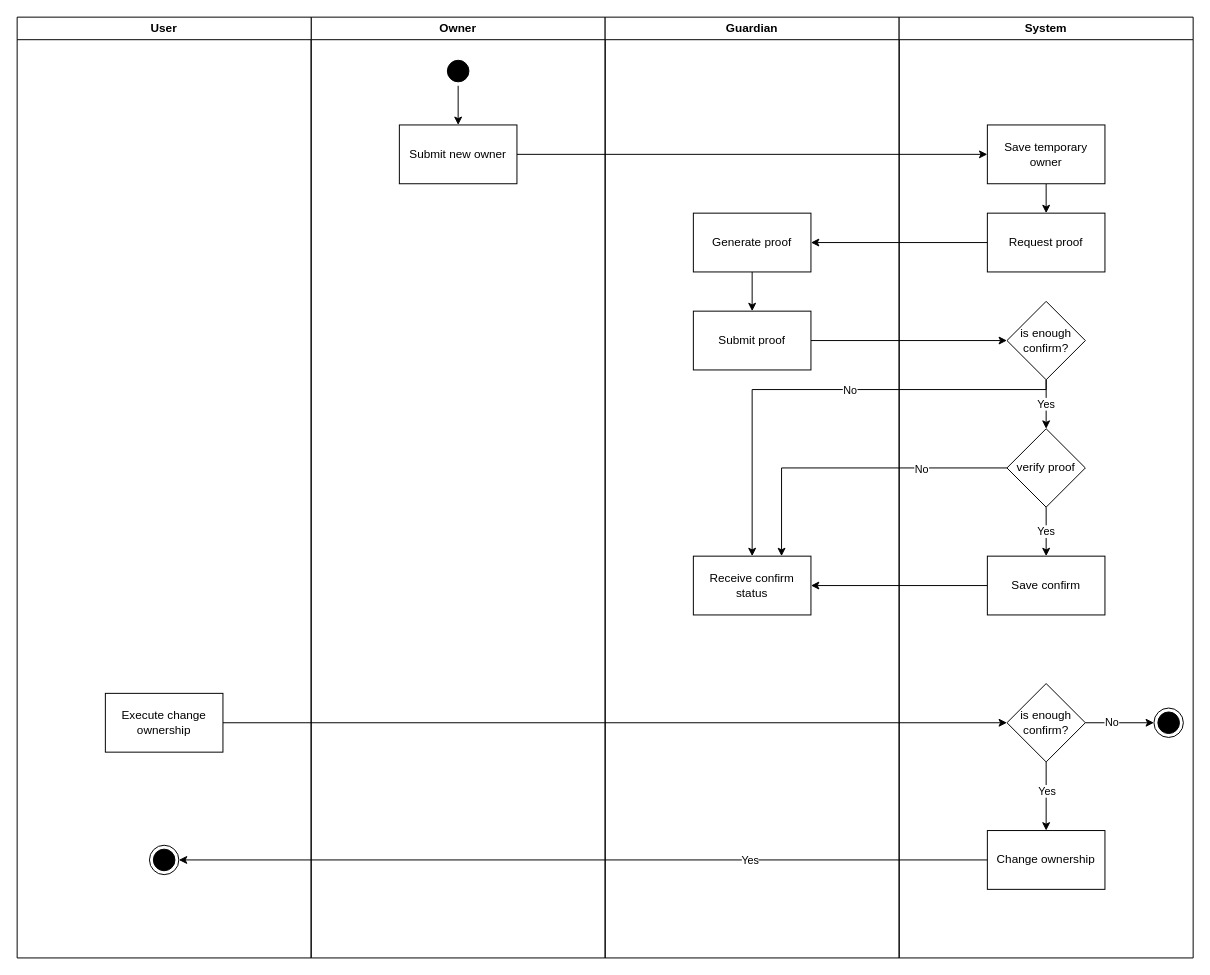
Above: page "general-recovery" (13 of 25) of documents/master.drawio in phamhongphuc1999/account-abstraction-app (draw.io), before the change. Source tidied: cells renumbered, new cells numbered last; positions are measured from the earlier drawing's top-left corner, leaving out a move shared by most shapes. Both pictures are drawn from the tidied source at 98%, with x=0, y=0 at pixel (17, 17).
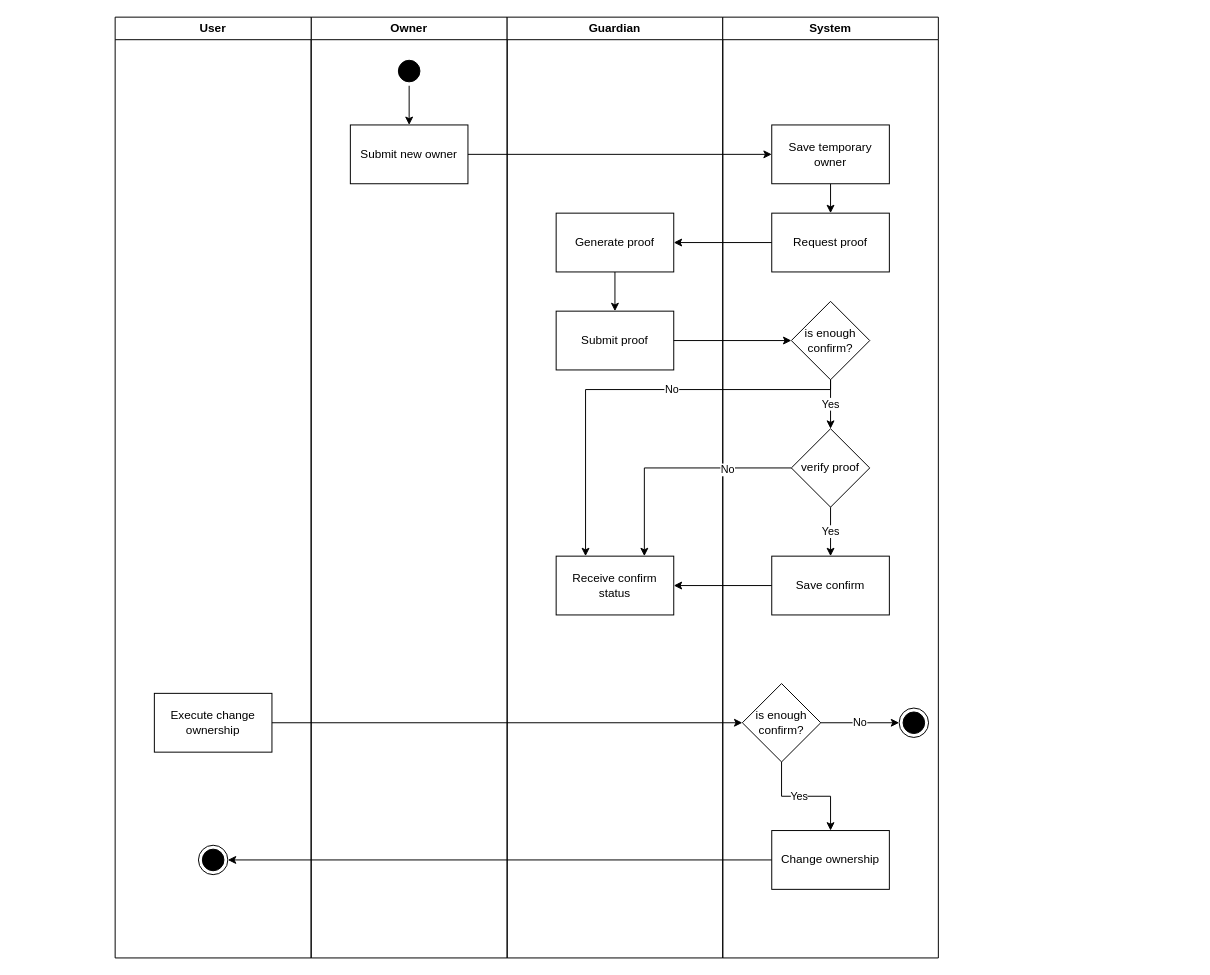
The same diagram, later.

The change refers to these unchanged cells:
```xml
<mxCell id="39" style="edgeStyle=orthogonalEdgeStyle;rounded=0;jettySize=auto;html=1;entryX=1;entryY=0.5;entryDx=0;entryDy=0;" parent="1" edge="1" source="25" target="37">
  <mxGeometry relative="1" as="geometry" />
</mxCell>
```

What changed in the source:
```diff
@@
     <mxCell id="2" value="Owner" style="swimlane;whiteSpace=wrap;html=1;" parent="1" vertex="1">
-      <mxGeometry x="300" width="300" height="960" as="geometry" />
+      <mxGeometry x="300" width="200" height="960" as="geometry" />
     </mxCell>
@@
     <mxCell id="4" style="ellipse;html=1;shape=startState;fillColor=#000000;strokeColor=#000000;" parent="2" vertex="1">
-      <mxGeometry x="135" y="40" width="30" height="30" as="geometry" />
+      <mxGeometry x="85" y="40" width="30" height="30" as="geometry" />
     </mxCell>
     <mxCell id="5" value="Submit new owner" style="rounded=0;whiteSpace=wrap;html=1;" parent="2" vertex="1">
-      <mxGeometry x="90" y="110" width="120" height="60" as="geometry" />
+      <mxGeometry x="40" y="110" width="120" height="60" as="geometry" />
     </mxCell>
     <mxCell id="6" value="Guardian" style="swimlane;whiteSpace=wrap;html=1;" parent="1" vertex="1">
-      <mxGeometry x="600" width="300" height="960" as="geometry" />
+      <mxGeometry x="500" width="220" height="960" as="geometry" />
     </mxCell>
@@
     <mxCell id="8" value="Generate proof" style="rounded=0;whiteSpace=wrap;html=1;" parent="6" vertex="1">
-      <mxGeometry x="90" y="200" width="120" height="60" as="geometry" />
+      <mxGeometry x="50" y="200" width="120" height="60" as="geometry" />
     </mxCell>
     <mxCell id="9" value="Submit proof" style="rounded=0;whiteSpace=wrap;html=1;" parent="6" vertex="1">
-      <mxGeometry x="90" y="300" width="120" height="60" as="geometry" />
+      <mxGeometry x="50" y="300" width="120" height="60" as="geometry" />
     </mxCell>
     <mxCell id="10" value="Receive confirm status" style="rounded=0;whiteSpace=wrap;html=1;" parent="6" vertex="1">
-      <mxGeometry x="90" y="550" width="120" height="60" as="geometry" />
+      <mxGeometry x="50" y="550" width="120" height="60" as="geometry" />
     </mxCell>
     <mxCell id="11" value="System" style="swimlane;whiteSpace=wrap;html=1;" parent="1" vertex="1">
-      <mxGeometry x="900" width="300" height="960" as="geometry" />
+      <mxGeometry x="720" width="220" height="960" as="geometry" />
     </mxCell>
@@
     <mxCell id="13" value="Save temporary owner" style="rounded=0;whiteSpace=wrap;html=1;" parent="11" vertex="1">
-      <mxGeometry x="90" y="110" width="120" height="60" as="geometry" />
+      <mxGeometry x="50" y="110" width="120" height="60" as="geometry" />
     </mxCell>
     <mxCell id="14" value="Request proof" style="rounded=0;whiteSpace=wrap;html=1;" parent="11" vertex="1">
-      <mxGeometry x="90" y="200" width="120" height="60" as="geometry" />
+      <mxGeometry x="50" y="200" width="120" height="60" as="geometry" />
     </mxCell>
@@
     <mxCell id="16" value="is enough confirm?" style="rhombus;whiteSpace=wrap;html=1;" parent="11" vertex="1">
-      <mxGeometry x="110" y="290" width="80" height="80" as="geometry" />
+      <mxGeometry x="70" y="290" width="80" height="80" as="geometry" />
     </mxCell>
@@
     <mxCell id="18" value="verify proof" style="rhombus;whiteSpace=wrap;html=1;" parent="11" vertex="1">
-      <mxGeometry x="110" y="420" width="80" height="80" as="geometry" />
+      <mxGeometry x="70" y="420" width="80" height="80" as="geometry" />
     </mxCell>
     <mxCell id="19" value="Save confirm" style="rounded=0;whiteSpace=wrap;html=1;" parent="11" vertex="1">
-      <mxGeometry x="90" y="550" width="120" height="60" as="geometry" />
+      <mxGeometry x="50" y="550" width="120" height="60" as="geometry" />
     </mxCell>
@@
-    <mxCell id="22" style="edgeStyle=orthogonalEdgeStyle;rounded=0;jettySize=auto;html=1;" parent="11" edge="1" source="24" target="26">
-      <mxGeometry relative="1" as="geometry" />
-    </mxCell>
-    <mxCell id="23" value="No" style="edgeLabel;html=1;align=center;verticalAlign=middle;" parent="22" vertex="1">
-      <mxGeometry x="-0.26" y="1" relative="1" as="geometry" />
-    </mxCell>
     <mxCell id="24" value="is enough confirm?" style="rhombus;whiteSpace=wrap;html=1;" parent="11" vertex="1">
-      <mxGeometry x="110" y="680" width="80" height="80" as="geometry" />
+      <mxGeometry x="20" y="680" width="80" height="80" as="geometry" />
     </mxCell>
     <mxCell id="25" value="Change ownership" style="rounded=0;whiteSpace=wrap;html=1;" parent="11" vertex="1">
-      <mxGeometry x="90" y="830" width="120" height="60" as="geometry" />
+      <mxGeometry x="50" y="830" width="120" height="60" as="geometry" />
     </mxCell>
     <mxCell id="26" style="ellipse;html=1;shape=endState;fillColor=#000000;strokeColor=#000000;" parent="11" vertex="1">
-      <mxGeometry x="260" y="705" width="30" height="30" as="geometry" />
+      <mxGeometry x="180" y="705" width="30" height="30" as="geometry" />
     </mxCell>
+    <mxCell id="22" value="No" style="edgeStyle=orthogonalEdgeStyle;rounded=0;jettySize=auto;html=1;" parent="11" edge="1" source="24" target="26">
+      <mxGeometry relative="1" as="geometry" />
+    </mxCell>
@@
-    <mxCell id="30" style="edgeStyle=orthogonalEdgeStyle;rounded=0;jettySize=auto;html=1;entryX=0.5;entryY=0;entryDx=0;entryDy=0;" parent="1" edge="1" source="16" target="10">
-      <mxGeometry relative="1" as="geometry">
-        <Array as="points">
-          <mxPoint x="1050" y="380" />
-          <mxPoint x="750" y="380" />
-        </Array>
-      </mxGeometry>
-    </mxCell>
-    <mxCell id="31" value="No" style="edgeLabel;html=1;align=center;verticalAlign=middle;" parent="30" vertex="1">
-      <mxGeometry x="-0.12" relative="1" as="geometry" />
-    </mxCell>
@@
     <mxCell id="35" value="User" style="swimlane;whiteSpace=wrap;html=1;" parent="1" vertex="1">
-      <mxGeometry width="300" height="960" as="geometry" />
+      <mxGeometry x="100" width="200" height="960" as="geometry" />
     </mxCell>
     <mxCell id="36" value="Execute change ownership" style="rounded=0;whiteSpace=wrap;html=1;" parent="35" vertex="1">
-      <mxGeometry x="90" y="690" width="120" height="60" as="geometry" />
+      <mxGeometry x="40" y="690" width="120" height="60" as="geometry" />
     </mxCell>
     <mxCell id="37" style="ellipse;html=1;shape=endState;fillColor=#000000;strokeColor=#000000;" parent="35" vertex="1">
-      <mxGeometry x="135" y="845" width="30" height="30" as="geometry" />
+      <mxGeometry x="85" y="845" width="30" height="30" as="geometry" />
     </mxCell>
@@
-    <mxCell id="40" value="Yes" style="edgeLabel;html=1;align=center;verticalAlign=middle;" parent="39" vertex="1">
-      <mxGeometry x="-0.41" relative="1" as="geometry" />
-    </mxCell>
+    <mxCell id="30" style="edgeStyle=orthogonalEdgeStyle;rounded=0;jettySize=auto;html=1;entryX=0.25;entryY=0;entryDx=0;entryDy=0;exitX=0.5;exitY=1;exitDx=0;exitDy=0;" parent="1" edge="1" source="16" target="10">
+      <mxGeometry relative="1" as="geometry">
+        <Array as="points">
+          <mxPoint x="830" y="380" />
+          <mxPoint x="580" y="380" />
+        </Array>
+      </mxGeometry>
+    </mxCell>
+    <mxCell id="41" value="No" style="edgeLabel;html=1;align=center;verticalAlign=middle;" parent="30" vertex="1">
+      <mxGeometry x="-0.2" y="-1" relative="1" as="geometry">
+        <mxPoint x="-1" as="offset" />
+      </mxGeometry>
+    </mxCell>
```
